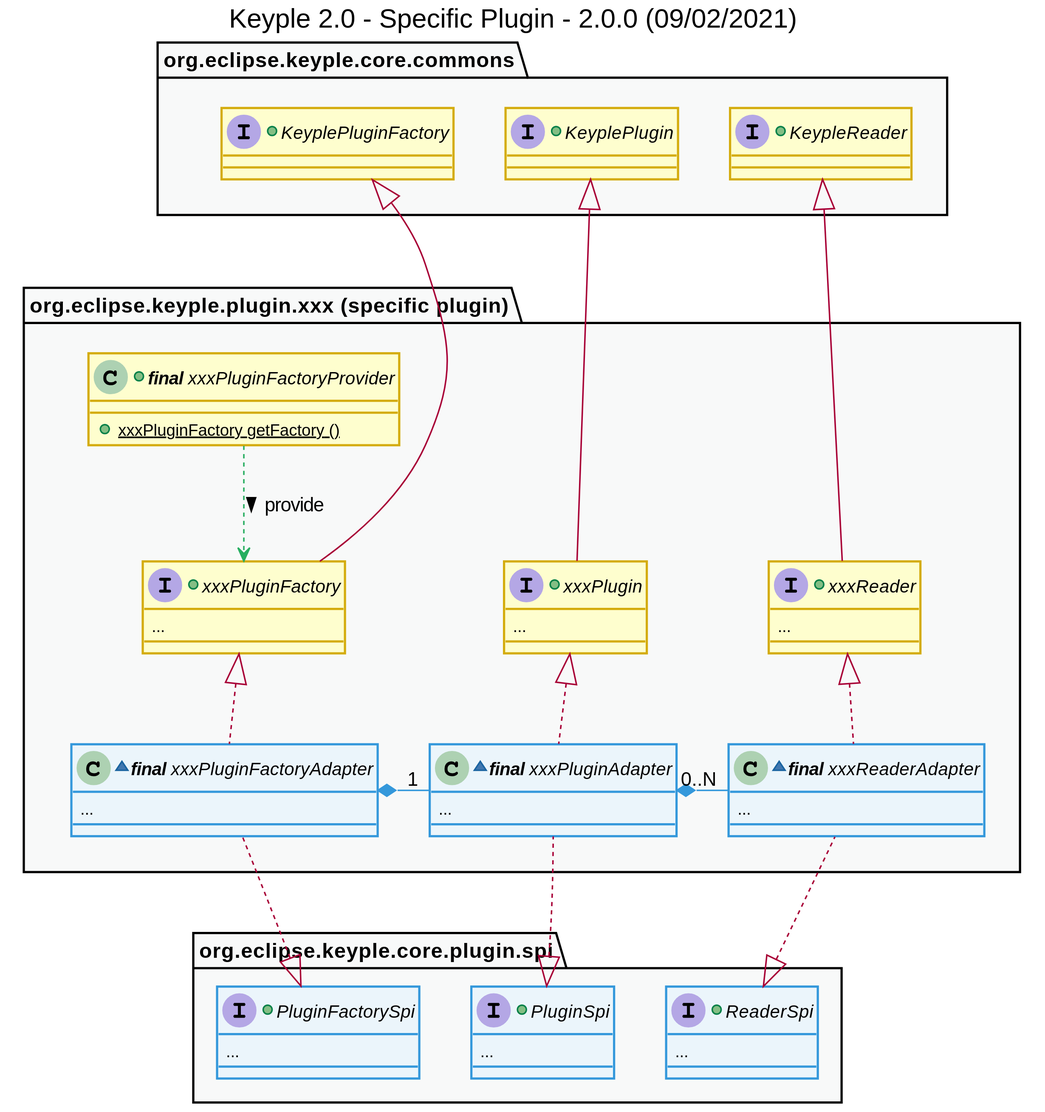
Above: uml/class/keyple_2_0_class_specific_plugin.svg in calypsonet/keyple_2_0 (PlantUML), before the change.
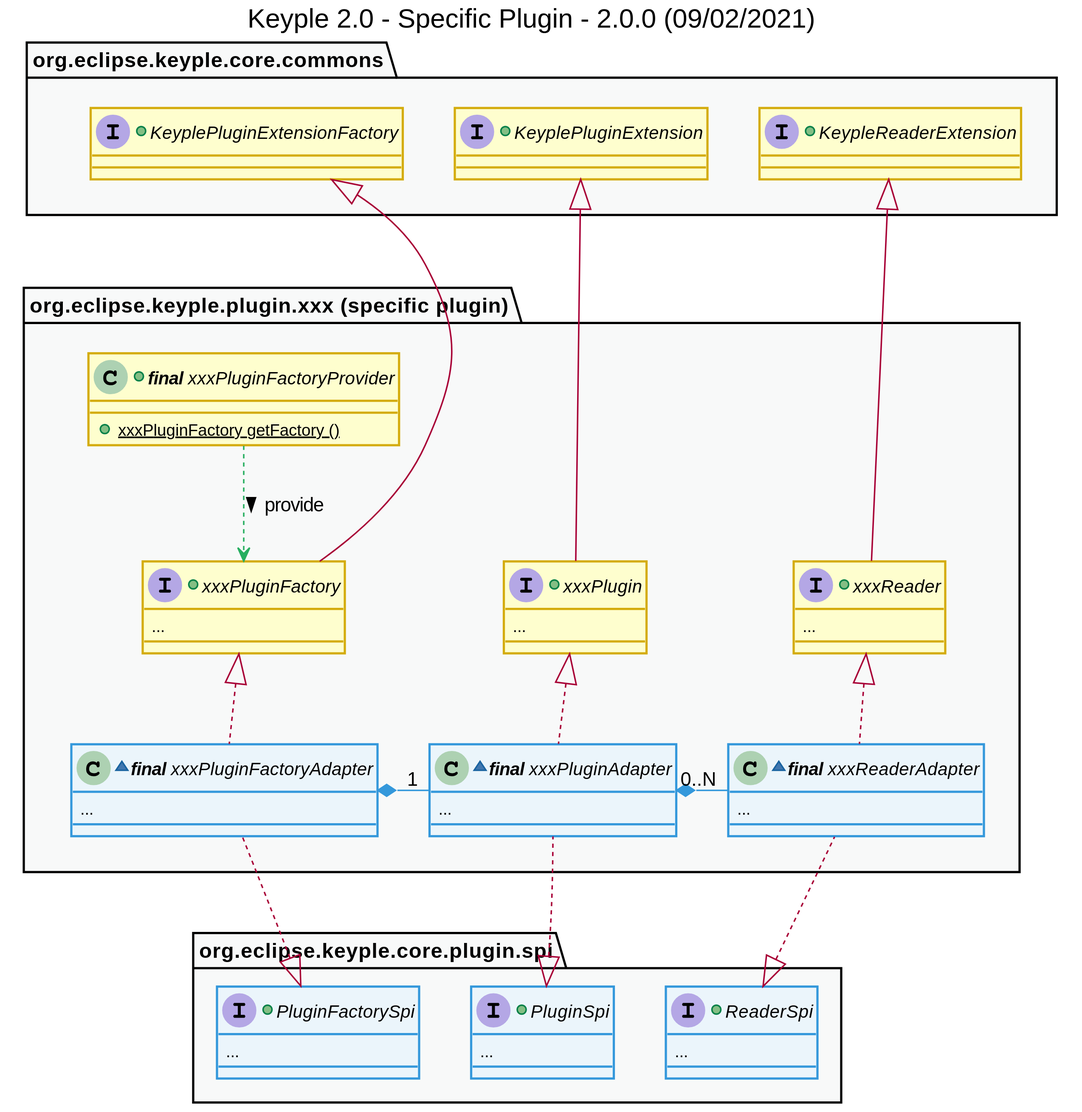
Later version of the same file.

The edit, as a diff of the source:
```diff
@@ -38,11 +38,11 @@
 
 
 package "org.eclipse.keyple.core.commons" as commonsApi {
-    +interface KeyplePluginFactory {
+    +interface KeyplePluginExtensionFactory {
     }
-    +interface KeyplePlugin {
+    +interface KeyplePluginExtension {
     }
-    +interface KeypleReader {
+    +interface KeypleReaderExtension {
     }
 }
 
@@ -62,13 +62,13 @@
     +class "**final** xxxPluginFactoryProvider" as xxxPluginFactoryProvider {
         +{static} xxxPluginFactory getFactory ()
     }
-    +interface xxxPluginFactory extends KeyplePluginFactory {
+    +interface xxxPluginFactory extends KeyplePluginExtensionFactory {
         ...
     }
-    +interface xxxPlugin extends KeyplePlugin {
+    +interface xxxPlugin extends KeyplePluginExtension {
         ...
     }
-    +interface xxxReader extends KeypleReader {
+    +interface xxxReader extends KeypleReaderExtension {
         ...
     }
     ~class "**final** xxxPluginFactoryAdapter" as xxxPluginFactoryAdapter implements xxxPluginFactory, PluginFactorySpi {
```
